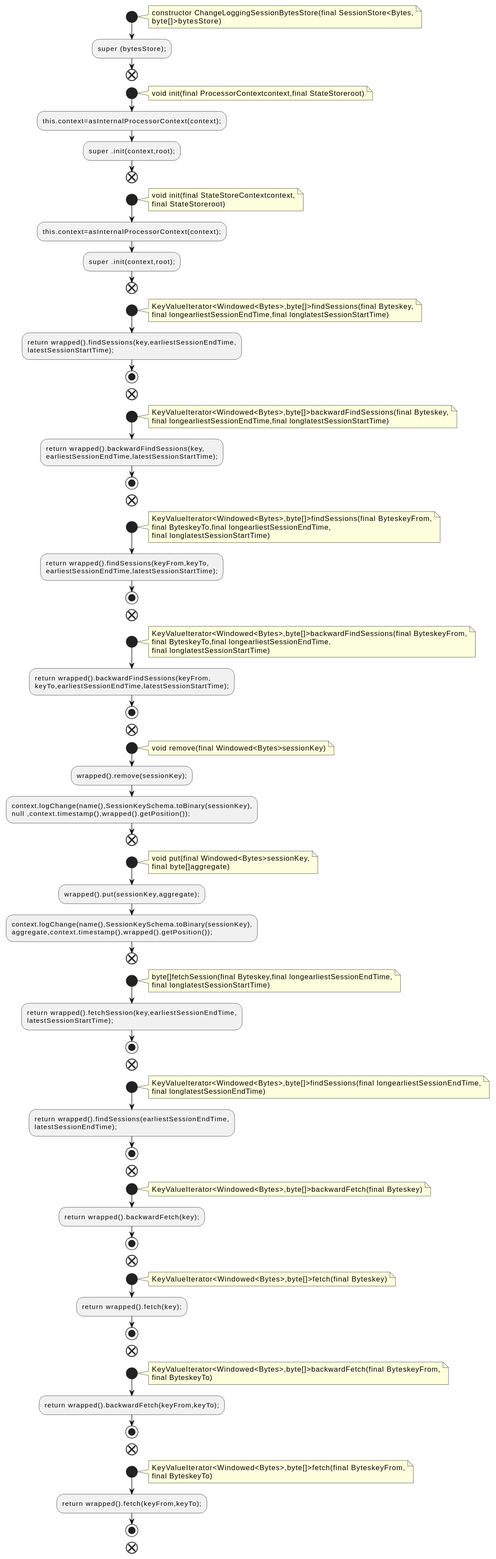
Above: docs/qc/streams/src/main/java/org/apache/kafka/streams/state/internals/ChangeLoggingSessionBytesStore.java.fct.svg in qualitesys/kafka (PlantUML), before the change.
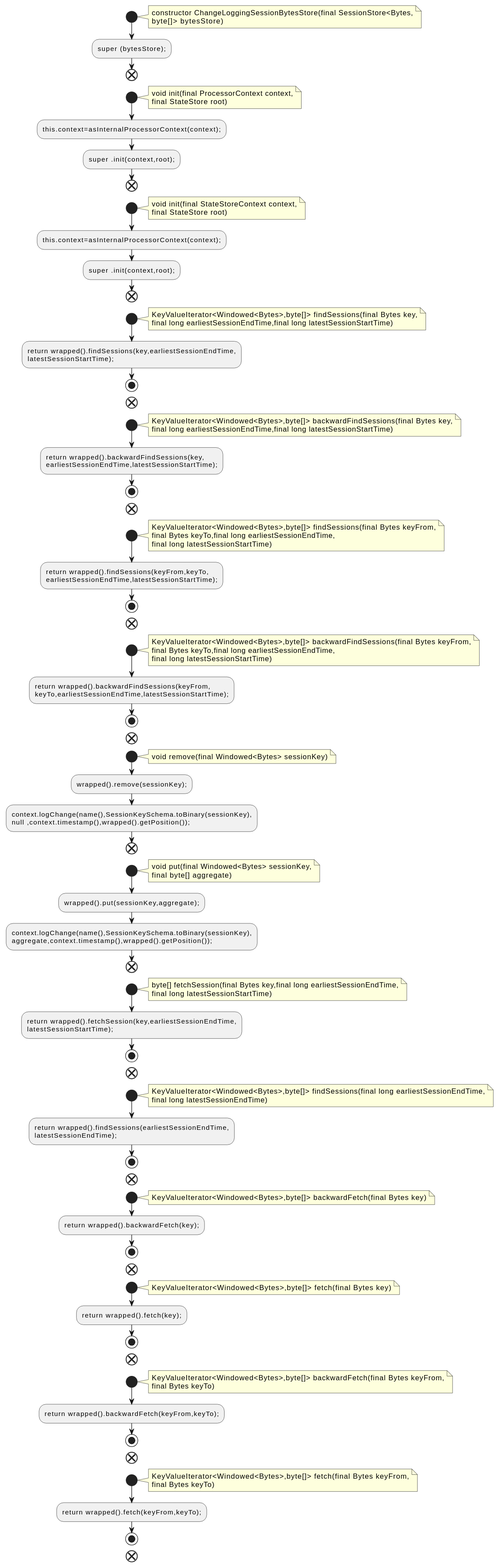
After the change.

What changed in the source:
```diff
@@ -3,29 +3,30 @@
 start
 note right
 constructor ChangeLoggingSessionBytesStore(final SessionStore<Bytes,
-byte[]>bytesStore)
+byte[]> bytesStore)
 end note
 :super (bytesStore);;
 end
 start
 note right
-void init(final ProcessorContextcontext,final StateStoreroot)
+void init(final ProcessorContext context,
+final StateStore root)
 end note
 :this.context=asInternalProcessorContext(context);;
 :super .init(context,root);;
 end
 start
 note right
-void init(final StateStoreContextcontext,
-final StateStoreroot)
+void init(final StateStoreContext context,
+final StateStore root)
 end note
 :this.context=asInternalProcessorContext(context);;
 :super .init(context,root);;
 end
 start
 note right
-KeyValueIterator<Windowed<Bytes>,byte[]>findSessions(final Byteskey,
-final longearliestSessionEndTime,final longlatestSessionStartTime)
+KeyValueIterator<Windowed<Bytes>,byte[]> findSessions(final Bytes key,
+final long earliestSessionEndTime,final long latestSessionStartTime)
 end note
 :return wrapped().findSessions(key,earliestSessionEndTime,
 latestSessionStartTime);;
@@ -33,8 +34,8 @@
 end
 start
 note right
-KeyValueIterator<Windowed<Bytes>,byte[]>backwardFindSessions(final Byteskey,
-final longearliestSessionEndTime,final longlatestSessionStartTime)
+KeyValueIterator<Windowed<Bytes>,byte[]> backwardFindSessions(final Bytes key,
+final long earliestSessionEndTime,final long latestSessionStartTime)
 end note
 :return wrapped().backwardFindSessions(key,
 earliestSessionEndTime,latestSessionStartTime);;
@@ -42,9 +43,9 @@
 end
 start
 note right
-KeyValueIterator<Windowed<Bytes>,byte[]>findSessions(final ByteskeyFrom,
-final ByteskeyTo,final longearliestSessionEndTime,
-final longlatestSessionStartTime)
+KeyValueIterator<Windowed<Bytes>,byte[]> findSessions(final Bytes keyFrom,
+final Bytes keyTo,final long earliestSessionEndTime,
+final long latestSessionStartTime)
 end note
 :return wrapped().findSessions(keyFrom,keyTo,
 earliestSessionEndTime,latestSessionStartTime);;
@@ -52,9 +53,9 @@
 end
 start
 note right
-KeyValueIterator<Windowed<Bytes>,byte[]>backwardFindSessions(final ByteskeyFrom,
-final ByteskeyTo,final longearliestSessionEndTime,
-final longlatestSessionStartTime)
+KeyValueIterator<Windowed<Bytes>,byte[]> backwardFindSessions(final Bytes keyFrom,
+final Bytes keyTo,final long earliestSessionEndTime,
+final long latestSessionStartTime)
 end note
 :return wrapped().backwardFindSessions(keyFrom,
 keyTo,earliestSessionEndTime,latestSessionStartTime);;
@@ -62,7 +63,7 @@
 end
 start
 note right
-void remove(final Windowed<Bytes>sessionKey)
+void remove(final Windowed<Bytes> sessionKey)
 end note
 :wrapped().remove(sessionKey);;
 :context.logChange(name(),SessionKeySchema.toBinary(sessionKey),
@@ -70,8 +71,8 @@
 end
 start
 note right
-void put(final Windowed<Bytes>sessionKey,
-final byte[]aggregate)
+void put(final Windowed<Bytes> sessionKey,
+final byte[] aggregate)
 end note
 :wrapped().put(sessionKey,aggregate);;
 :context.logChange(name(),SessionKeySchema.toBinary(sessionKey),
@@ -79,8 +80,8 @@
 end
 start
 note right
-byte[]fetchSession(final Byteskey,final longearliestSessionEndTime,
-final longlatestSessionStartTime)
+byte[] fetchSession(final Bytes key,final long earliestSessionEndTime,
+final long latestSessionStartTime)
 end note
 :return wrapped().fetchSession(key,earliestSessionEndTime,
 latestSessionStartTime);;
@@ -88,8 +89,8 @@
 end
 start
 note right
-KeyValueIterator<Windowed<Bytes>,byte[]>findSessions(final longearliestSessionEndTime,
-final longlatestSessionEndTime)
+KeyValueIterator<Windowed<Bytes>,byte[]> findSessions(final long earliestSessionEndTime,
+final long latestSessionEndTime)
 end note
 :return wrapped().findSessions(earliestSessionEndTime,
 latestSessionEndTime);;
@@ -97,30 +98,30 @@
 end
 start
 note right
-KeyValueIterator<Windowed<Bytes>,byte[]>backwardFetch(final Byteskey)
+KeyValueIterator<Windowed<Bytes>,byte[]> backwardFetch(final Bytes key)
 end note
 :return wrapped().backwardFetch(key);;
 stop
 end
 start
 note right
-KeyValueIterator<Windowed<Bytes>,byte[]>fetch(final Byteskey)
+KeyValueIterator<Windowed<Bytes>,byte[]> fetch(final Bytes key)
 end note
 :return wrapped().fetch(key);;
 stop
 end
 start
 note right
-KeyValueIterator<Windowed<Bytes>,byte[]>backwardFetch(final ByteskeyFrom,
-final ByteskeyTo)
+KeyValueIterator<Windowed<Bytes>,byte[]> backwardFetch(final Bytes keyFrom,
+final Bytes keyTo)
 end note
 :return wrapped().backwardFetch(keyFrom,keyTo);;
 stop
 end
 start
 note right
-KeyValueIterator<Windowed<Bytes>,byte[]>fetch(final ByteskeyFrom,
-final ByteskeyTo)
+KeyValueIterator<Windowed<Bytes>,byte[]> fetch(final Bytes keyFrom,
+final Bytes keyTo)
 end note
 :return wrapped().fetch(keyFrom,keyTo);;
 stop
```
